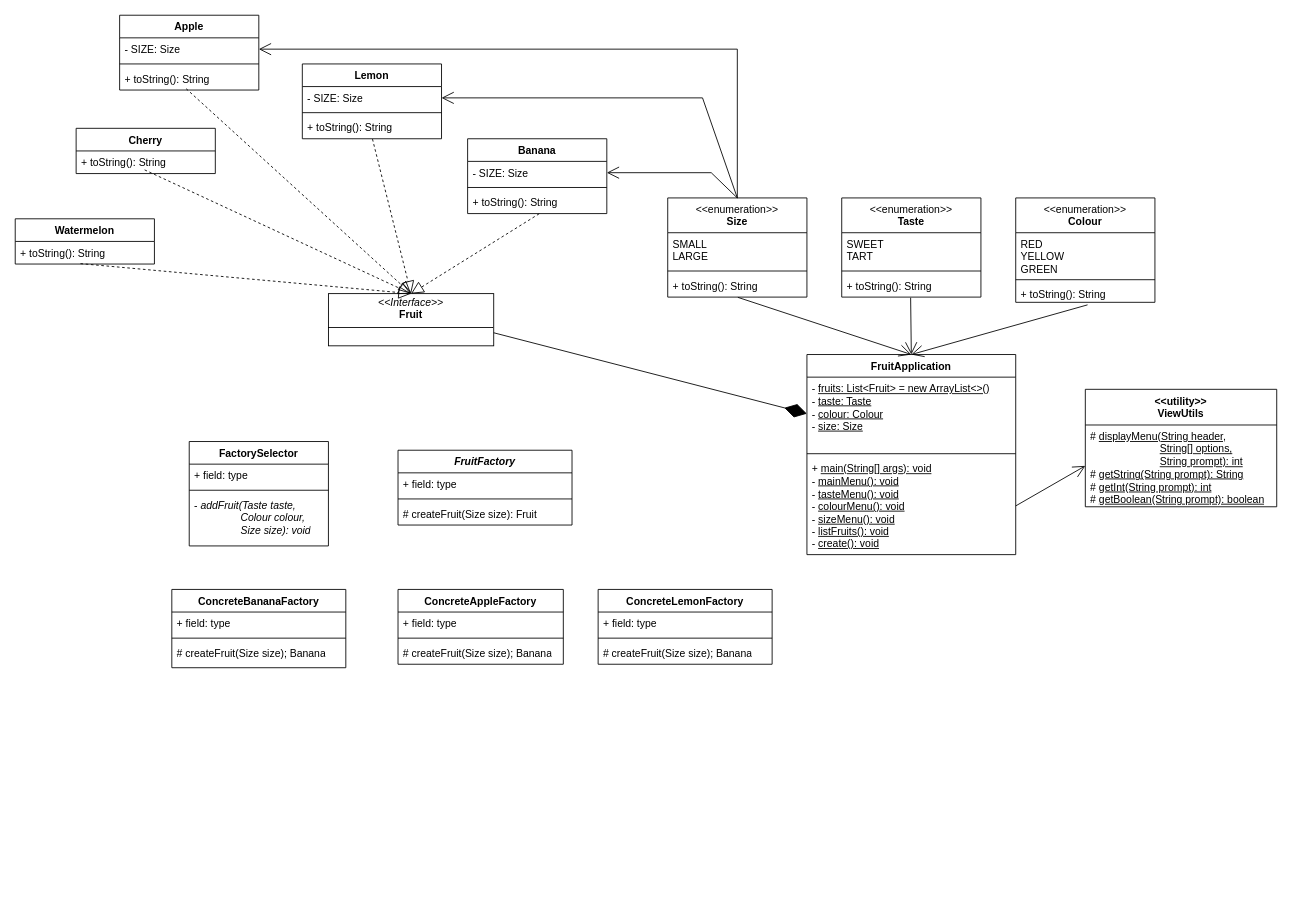
This is soft2201w4v2.drawio from NguyenChHieu/graphs, a draw.io file, before an edit. Source tidied: cells renumbered, new cells numbered last; positions are measured from the earlier drawing's top-left corner, leaving out a move shared by most shapes. Both pictures are drawn from the tidied source at 87%, with x=0, y=0 at pixel (15, 15).
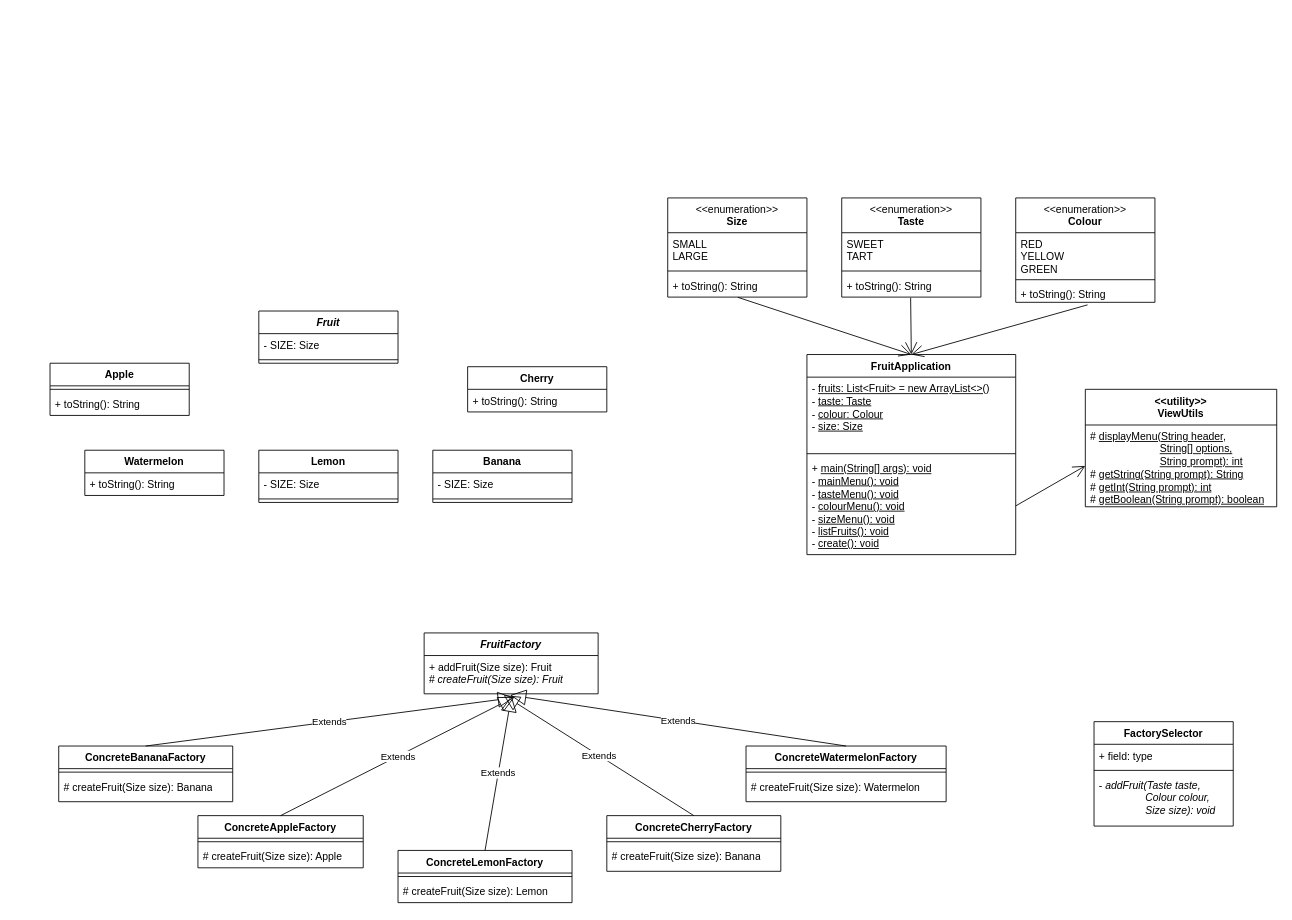
After the change.

Unchanged cells that the change refers to:
```xml
<mxCell id="8" value="- SIZE: Size" style="text;strokeColor=none;fillColor=none;align=left;verticalAlign=top;spacingLeft=4;spacingRight=4;overflow=hidden;points=[[0,0.5],[1,0.5]];portConstraint=eastwest;whiteSpace=wrap;html=1;" parent="7" vertex="1">
  <mxGeometry y="26" width="160" height="26" as="geometry" />
</mxCell>
<mxCell id="12" value="+ toString(): String" style="text;strokeColor=none;fillColor=none;align=left;verticalAlign=top;spacingLeft=4;spacingRight=4;overflow=hidden;points=[[0,0.5],[1,0.5]];portConstraint=eastwest;whiteSpace=wrap;html=1;" parent="11" vertex="1">
  <mxGeometry y="26" width="160" height="26" as="geometry" />
</mxCell>
<mxCell id="14" value="- SIZE: Size" style="text;strokeColor=none;fillColor=none;align=left;verticalAlign=top;spacingLeft=4;spacingRight=4;overflow=hidden;points=[[0,0.5],[1,0.5]];portConstraint=eastwest;whiteSpace=wrap;html=1;" parent="13" vertex="1">
  <mxGeometry y="26" width="160" height="26" as="geometry" />
</mxCell>
<mxCell id="22" value="+ toString(): String" style="text;strokeColor=none;fillColor=none;align=left;verticalAlign=top;spacingLeft=4;spacingRight=4;overflow=hidden;points=[[0,0.5],[1,0.5]];portConstraint=eastwest;whiteSpace=wrap;html=1;" parent="21" vertex="1">
  <mxGeometry y="26" width="160" height="26" as="geometry" />
</mxCell>
<mxCell id="25" value="- &lt;u&gt;fruits: List&amp;lt;Fruit&amp;gt; = new ArrayList&amp;lt;&amp;gt;()&lt;/u&gt;&lt;div&gt;- &lt;u&gt;taste: Taste&lt;/u&gt;&lt;/div&gt;&lt;div&gt;- &lt;u&gt;colour: Colour&lt;/u&gt;&lt;/div&gt;&lt;div&gt;- &lt;u&gt;size: Size&lt;/u&gt;&lt;/div&gt;" style="text;strokeColor=none;fillColor=none;align=left;verticalAlign=top;spacingLeft=4;spacingRight=4;overflow=hidden;points=[[0,0.5],[1,0.5]];portConstraint=eastwest;whiteSpace=wrap;html=1;" parent="24" vertex="1">
  <mxGeometry y="26" width="240" height="84" as="geometry" />
</mxCell>
<mxCell id="36" value="&lt;div&gt;&lt;span style=&quot;font-weight: normal;&quot;&gt;&amp;lt;&amp;lt;enumeration&amp;gt;&amp;gt;&lt;/span&gt;&lt;/div&gt;&lt;div&gt;Size&lt;/div&gt;" style="swimlane;fontStyle=1;align=center;verticalAlign=top;horizontal=1;startSize=40;whiteSpace=wrap;html=1;" parent="1" vertex="1">
  <mxGeometry x="750" y="210" width="160" height="114" as="geometry" />
</mxCell>
```

Change to the diagram source:
```diff
@@
-    <mxCell id="2" value="&lt;p style=&quot;margin:0px;margin-top:4px;text-align:center;&quot;&gt;&lt;i&gt;&amp;lt;&amp;lt;Interface&amp;gt;&amp;gt;&lt;/i&gt;&lt;br&gt;&lt;b&gt;Fruit&lt;/b&gt;&lt;/p&gt;&lt;hr size=&quot;1&quot; style=&quot;border-style:solid;&quot;&gt;&lt;p style=&quot;margin:0px;margin-left:4px;&quot;&gt;&lt;/p&gt;&lt;p style=&quot;margin:0px;margin-left:4px;&quot;&gt;&lt;br&gt;&lt;/p&gt;" style="verticalAlign=top;align=left;overflow=fill;html=1;whiteSpace=wrap;" parent="1" vertex="1">
-      <mxGeometry x="360" y="320" width="190" height="60" as="geometry" />
-    </mxCell>
     <mxCell id="3" value="Apple" style="swimlane;fontStyle=1;align=center;verticalAlign=top;horizontal=1;startSize=26;whiteSpace=wrap;html=1;" parent="1" vertex="1">
-      <mxGeometry x="120" width="160" height="86" as="geometry" />
+      <mxGeometry x="40" y="400" width="160" height="60" as="geometry" />
     </mxCell>
-    <mxCell id="4" value="- SIZE: Size" style="text;strokeColor=none;fillColor=none;align=left;verticalAlign=top;spacingLeft=4;spacingRight=4;overflow=hidden;points=[[0,0.5],[1,0.5]];portConstraint=eastwest;whiteSpace=wrap;html=1;" parent="3" vertex="1">
-      <mxGeometry y="26" width="160" height="26" as="geometry" />
-    </mxCell>
     <mxCell id="5" style="line;strokeWidth=1;fillColor=none;align=left;verticalAlign=middle;spacingTop=-1;spacingLeft=3;spacingRight=3;labelPosition=right;strokeColor=inherit;" parent="3" vertex="1">
-      <mxGeometry y="52" width="160" height="8" as="geometry" />
+      <mxGeometry y="26" width="160" height="8" as="geometry" />
     </mxCell>
     <mxCell id="6" value="+ toString(): String" style="text;strokeColor=none;fillColor=none;align=left;verticalAlign=top;spacingLeft=4;spacingRight=4;overflow=hidden;points=[[0,0.5],[1,0.5]];portConstraint=eastwest;whiteSpace=wrap;html=1;" parent="3" vertex="1">
-      <mxGeometry y="60" width="160" height="26" as="geometry" />
+      <mxGeometry y="34" width="160" height="26" as="geometry" />
     </mxCell>
     <mxCell id="7" value="Banana" style="swimlane;fontStyle=1;align=center;verticalAlign=top;horizontal=1;startSize=26;whiteSpace=wrap;html=1;" parent="1" vertex="1">
-      <mxGeometry x="520" y="142" width="160" height="86" as="geometry" />
+      <mxGeometry x="480" y="500" width="160" height="60" as="geometry" />
     </mxCell>
@@
-    <mxCell id="10" value="+ toString(): String" style="text;strokeColor=none;fillColor=none;align=left;verticalAlign=top;spacingLeft=4;spacingRight=4;overflow=hidden;points=[[0,0.5],[1,0.5]];portConstraint=eastwest;whiteSpace=wrap;html=1;" parent="7" vertex="1">
-      <mxGeometry y="60" width="160" height="26" as="geometry" />
-    </mxCell>
     <mxCell id="11" value="Cherry" style="swimlane;fontStyle=1;align=center;verticalAlign=top;horizontal=1;startSize=26;whiteSpace=wrap;html=1;" parent="1" vertex="1">
-      <mxGeometry x="70" y="130" width="160" height="52" as="geometry" />
+      <mxGeometry x="520" y="404" width="160" height="52" as="geometry" />
     </mxCell>
@@
     <mxCell id="13" value="Lemon" style="swimlane;fontStyle=1;align=center;verticalAlign=top;horizontal=1;startSize=26;whiteSpace=wrap;html=1;" parent="1" vertex="1">
-      <mxGeometry x="330" y="56" width="160" height="86" as="geometry" />
+      <mxGeometry x="280" y="500" width="160" height="60" as="geometry" />
     </mxCell>
@@
-    <mxCell id="16" value="+ toString(): String" style="text;strokeColor=none;fillColor=none;align=left;verticalAlign=top;spacingLeft=4;spacingRight=4;overflow=hidden;points=[[0,0.5],[1,0.5]];portConstraint=eastwest;whiteSpace=wrap;html=1;" parent="13" vertex="1">
-      <mxGeometry y="60" width="160" height="26" as="geometry" />
-    </mxCell>
-    <mxCell id="17" style="endArrow=block;dashed=1;endFill=0;endSize=12;html=1;rounded=0;exitX=0.478;exitY=0.94;exitDx=0;exitDy=0;entryX=0.5;entryY=0;entryDx=0;entryDy=0;exitPerimeter=0;" parent="1" edge="1" source="6" target="2">
-      <mxGeometry relative="1" as="geometry" />
-    </mxCell>
-    <mxCell id="18" style="endArrow=block;dashed=1;endFill=0;endSize=12;html=1;rounded=0;exitX=0.514;exitY=1.008;exitDx=0;exitDy=0;entryX=0.5;entryY=0;entryDx=0;entryDy=0;exitPerimeter=0;" parent="1" edge="1" source="10" target="2">
-      <mxGeometry relative="1" as="geometry" />
-    </mxCell>
-    <mxCell id="19" style="endArrow=block;dashed=1;endFill=0;endSize=12;html=1;rounded=0;exitX=0.492;exitY=0.837;exitDx=0;exitDy=0;entryX=0.5;entryY=0;entryDx=0;entryDy=0;exitPerimeter=0;" parent="1" edge="1" source="12" target="2">
-      <mxGeometry relative="1" as="geometry" />
-    </mxCell>
-    <mxCell id="20" style="endArrow=block;dashed=1;endFill=0;endSize=12;html=1;rounded=0;exitX=0.504;exitY=1.013;exitDx=0;exitDy=0;entryX=0.5;entryY=0;entryDx=0;entryDy=0;exitPerimeter=0;" parent="1" edge="1" source="16" target="2">
-      <mxGeometry relative="1" as="geometry" />
-    </mxCell>
     <mxCell id="21" value="Watermelon" style="swimlane;fontStyle=1;align=center;verticalAlign=top;horizontal=1;startSize=26;whiteSpace=wrap;html=1;" parent="1" vertex="1">
-      <mxGeometry y="234" width="160" height="52" as="geometry" />
+      <mxGeometry x="80" y="500" width="160" height="52" as="geometry" />
     </mxCell>
@@
-    <mxCell id="23" style="endArrow=block;dashed=1;endFill=0;endSize=12;html=1;rounded=0;exitX=0.469;exitY=0.981;exitDx=0;exitDy=0;entryX=0.5;entryY=0;entryDx=0;entryDy=0;exitPerimeter=0;" parent="1" edge="1" source="22" target="2">
-      <mxGeometry relative="1" as="geometry" />
-    </mxCell>
@@
-    <mxCell id="31" style="endArrow=diamondThin;endFill=1;endSize=24;html=1;rounded=0;entryX=0;entryY=0.5;entryDx=0;entryDy=0;exitX=1;exitY=0.75;exitDx=0;exitDy=0;" parent="1" edge="1" source="2" target="25">
-      <mxGeometry relative="1" as="geometry" />
-    </mxCell>
@@
-    <mxCell id="47" style="endArrow=open;endFill=1;endSize=12;html=1;rounded=0;entryX=1;entryY=0.5;entryDx=0;entryDy=0;exitX=0.5;exitY=0;exitDx=0;exitDy=0;" parent="1" edge="1" source="36" target="8">
-      <mxGeometry relative="1" as="geometry">
-        <Array as="points">
-          <mxPoint x="800" y="181" />
-        </Array>
-      </mxGeometry>
-    </mxCell>
-    <mxCell id="48" style="endArrow=open;endFill=1;endSize=12;html=1;rounded=0;entryX=1;entryY=0.5;entryDx=0;entryDy=0;exitX=0.5;exitY=0;exitDx=0;exitDy=0;" parent="1" edge="1" source="36" target="14">
-      <mxGeometry relative="1" as="geometry">
-        <Array as="points">
-          <mxPoint x="790" y="95" />
-        </Array>
-      </mxGeometry>
-    </mxCell>
-    <mxCell id="49" style="endArrow=open;endFill=1;endSize=12;html=1;rounded=0;exitX=0.5;exitY=0;exitDx=0;exitDy=0;entryX=1;entryY=0.5;entryDx=0;entryDy=0;" parent="1" edge="1" source="36" target="4">
-      <mxGeometry relative="1" as="geometry">
-        <Array as="points">
-          <mxPoint x="830" y="39" />
-        </Array>
-      </mxGeometry>
-    </mxCell>
     <mxCell id="50" value="ConcreteBananaFactory" style="swimlane;fontStyle=1;align=center;verticalAlign=top;horizontal=1;startSize=26;whiteSpace=wrap;html=1;" parent="1" vertex="1">
-      <mxGeometry x="180" y="660" width="200" height="90" as="geometry" />
+      <mxGeometry x="50" y="840" width="200" height="64" as="geometry" />
     </mxCell>
-    <mxCell id="51" value="+ field: type" style="text;strokeColor=none;fillColor=none;align=left;verticalAlign=top;spacingLeft=4;spacingRight=4;overflow=hidden;whiteSpace=wrap;html=1;" parent="50" vertex="1">
-      <mxGeometry y="26" width="200" height="26" as="geometry" />
-    </mxCell>
     <mxCell id="52" style="line;strokeWidth=1;fillColor=none;align=left;verticalAlign=middle;spacingTop=-1;spacingLeft=3;spacingRight=3;labelPosition=right;strokeColor=inherit;" parent="50" vertex="1">
-      <mxGeometry y="52" width="200" height="8" as="geometry" />
+      <mxGeometry y="26" width="200" height="8" as="geometry" />
     </mxCell>
-    <mxCell id="53" value="# createFruit(Size size); Banana" style="text;strokeColor=none;fillColor=none;align=left;verticalAlign=top;spacingLeft=4;spacingRight=4;overflow=hidden;whiteSpace=wrap;html=1;" parent="50" vertex="1">
-      <mxGeometry y="60" width="200" height="30" as="geometry" />
+    <mxCell id="53" value="# createFruit(Size size): Banana" style="text;strokeColor=none;fillColor=none;align=left;verticalAlign=top;spacingLeft=4;spacingRight=4;overflow=hidden;whiteSpace=wrap;html=1;" parent="50" vertex="1">
+      <mxGeometry y="34" width="200" height="30" as="geometry" />
     </mxCell>
     <mxCell id="54" value="ConcreteAppleFactory" style="swimlane;fontStyle=1;align=center;verticalAlign=top;horizontal=1;startSize=26;whiteSpace=wrap;html=1;" parent="1" vertex="1">
-      <mxGeometry x="440" y="660" width="190" height="86" as="geometry" />
+      <mxGeometry x="210" y="920" width="190" height="60" as="geometry" />
     </mxCell>
-    <mxCell id="55" value="+ field: type" style="text;strokeColor=none;fillColor=none;align=left;verticalAlign=top;spacingLeft=4;spacingRight=4;overflow=hidden;whiteSpace=wrap;html=1;" parent="54" vertex="1">
-      <mxGeometry y="26" width="190" height="26" as="geometry" />
-    </mxCell>
     <mxCell id="56" style="line;strokeWidth=1;fillColor=none;align=left;verticalAlign=middle;spacingTop=-1;spacingLeft=3;spacingRight=3;labelPosition=right;strokeColor=inherit;" parent="54" vertex="1">
-      <mxGeometry y="52" width="190" height="8" as="geometry" />
+      <mxGeometry y="26" width="190" height="8" as="geometry" />
     </mxCell>
-    <mxCell id="57" value="# createFruit(Size size); Banana" style="text;strokeColor=none;fillColor=none;align=left;verticalAlign=top;spacingLeft=4;spacingRight=4;overflow=hidden;whiteSpace=wrap;html=1;" parent="54" vertex="1">
-      <mxGeometry y="60" width="190" height="26" as="geometry" />
+    <mxCell id="57" value="# createFruit(Size size): Apple" style="text;strokeColor=none;fillColor=none;align=left;verticalAlign=top;spacingLeft=4;spacingRight=4;overflow=hidden;whiteSpace=wrap;html=1;" parent="54" vertex="1">
+      <mxGeometry y="34" width="190" height="26" as="geometry" />
     </mxCell>
     <mxCell id="58" value="ConcreteLemonFactory" style="swimlane;fontStyle=1;align=center;verticalAlign=top;horizontal=1;startSize=26;whiteSpace=wrap;html=1;" parent="1" vertex="1">
-      <mxGeometry x="670" y="660" width="200" height="86" as="geometry" />
+      <mxGeometry x="440" y="960" width="200" height="60" as="geometry" />
     </mxCell>
-    <mxCell id="59" value="+ field: type" style="text;strokeColor=none;fillColor=none;align=left;verticalAlign=top;spacingLeft=4;spacingRight=4;overflow=hidden;whiteSpace=wrap;html=1;" parent="58" vertex="1">
-      <mxGeometry y="26" width="200" height="26" as="geometry" />
-    </mxCell>
     <mxCell id="60" style="line;strokeWidth=1;fillColor=none;align=left;verticalAlign=middle;spacingTop=-1;spacingLeft=3;spacingRight=3;labelPosition=right;strokeColor=inherit;" parent="58" vertex="1">
-      <mxGeometry y="52" width="200" height="8" as="geometry" />
+      <mxGeometry y="26" width="200" height="8" as="geometry" />
     </mxCell>
-    <mxCell id="61" value="# createFruit(Size size); Banana" style="text;strokeColor=none;fillColor=none;align=left;verticalAlign=top;spacingLeft=4;spacingRight=4;overflow=hidden;whiteSpace=wrap;html=1;" parent="58" vertex="1">
-      <mxGeometry y="60" width="200" height="26" as="geometry" />
+    <mxCell id="61" value="# createFruit(Size size): Lemon" style="text;strokeColor=none;fillColor=none;align=left;verticalAlign=top;spacingLeft=4;spacingRight=4;overflow=hidden;whiteSpace=wrap;html=1;" parent="58" vertex="1">
+      <mxGeometry y="34" width="200" height="26" as="geometry" />
     </mxCell>
     <mxCell id="62" value="&lt;b&gt;FactorySelector&lt;/b&gt;" style="swimlane;fontStyle=1;align=center;verticalAlign=top;horizontal=1;startSize=26;whiteSpace=wrap;html=1;" parent="1" vertex="1">
-      <mxGeometry x="200" y="490" width="160" height="120" as="geometry" />
+      <mxGeometry x="1240" y="812" width="160" height="120" as="geometry" />
     </mxCell>
@@
     <mxCell id="66" value="&lt;i&gt;FruitFactory&lt;/i&gt;" style="swimlane;fontStyle=1;align=center;verticalAlign=top;horizontal=1;startSize=26;whiteSpace=wrap;html=1;" parent="1" vertex="1">
-      <mxGeometry x="440" y="500" width="200" height="86" as="geometry" />
+      <mxGeometry x="470" y="710" width="200" height="70" as="geometry" />
     </mxCell>
-    <mxCell id="67" value="+ field: type" style="text;strokeColor=none;fillColor=none;align=left;verticalAlign=top;spacingLeft=4;spacingRight=4;overflow=hidden;whiteSpace=wrap;html=1;" parent="66" vertex="1">
-      <mxGeometry y="26" width="200" height="26" as="geometry" />
-    </mxCell>
-    <mxCell id="68" style="line;strokeWidth=1;fillColor=none;align=left;verticalAlign=middle;spacingTop=-1;spacingLeft=3;spacingRight=3;labelPosition=right;strokeColor=inherit;" parent="66" vertex="1">
-      <mxGeometry y="52" width="200" height="8" as="geometry" />
-    </mxCell>
-    <mxCell id="69" value="# createFruit(Size size): Fruit" style="text;strokeColor=none;fillColor=none;align=left;verticalAlign=top;spacingLeft=4;spacingRight=4;overflow=hidden;points=[[0,0.5],[1,0.5]];portConstraint=eastwest;whiteSpace=wrap;html=1;" parent="66" vertex="1">
-      <mxGeometry y="60" width="200" height="26" as="geometry" />
+    <mxCell id="69" value="&lt;div&gt;+ add&lt;span style=&quot;background-color: initial;&quot;&gt;Fruit(Size size): Fruit&lt;/span&gt;&lt;/div&gt;# &lt;i&gt;createFruit(Size size): Fruit&lt;/i&gt;" style="text;strokeColor=none;fillColor=none;align=left;verticalAlign=top;spacingLeft=4;spacingRight=4;overflow=hidden;points=[[0,0.5],[1,0.5]];portConstraint=eastwest;whiteSpace=wrap;html=1;" parent="66" vertex="1">
+      <mxGeometry y="26" width="200" height="44" as="geometry" />
     </mxCell>
+    <mxCell id="70" value="&lt;i&gt;Fruit&lt;/i&gt;" style="swimlane;fontStyle=1;align=center;verticalAlign=top;horizontal=1;startSize=26;whiteSpace=wrap;html=1;" parent="1" vertex="1">
+      <mxGeometry x="280" y="340" width="160" height="60" as="geometry" />
+    </mxCell>
+    <mxCell id="4" value="- SIZE: Size" style="text;strokeColor=none;fillColor=none;align=left;verticalAlign=top;spacingLeft=4;spacingRight=4;overflow=hidden;points=[[0,0.5],[1,0.5]];portConstraint=eastwest;whiteSpace=wrap;html=1;" parent="70" vertex="1">
+      <mxGeometry y="26" width="160" height="26" as="geometry" />
+    </mxCell>
+    <mxCell id="71" style="line;strokeWidth=1;fillColor=none;align=left;verticalAlign=middle;spacingTop=-1;spacingLeft=3;spacingRight=3;labelPosition=right;strokeColor=inherit;" parent="70" vertex="1">
+      <mxGeometry y="52" width="160" height="8" as="geometry" />
+    </mxCell>
+    <mxCell id="72" value="ConcreteCherryFactory" style="swimlane;fontStyle=1;align=center;verticalAlign=top;horizontal=1;startSize=26;whiteSpace=wrap;html=1;" parent="1" vertex="1">
+      <mxGeometry x="680" y="920" width="200" height="64" as="geometry" />
+    </mxCell>
+    <mxCell id="73" style="line;strokeWidth=1;fillColor=none;align=left;verticalAlign=middle;spacingTop=-1;spacingLeft=3;spacingRight=3;labelPosition=right;strokeColor=inherit;" parent="72" vertex="1">
+      <mxGeometry y="26" width="200" height="8" as="geometry" />
+    </mxCell>
+    <mxCell id="74" value="# createFruit(Size size): Banana" style="text;strokeColor=none;fillColor=none;align=left;verticalAlign=top;spacingLeft=4;spacingRight=4;overflow=hidden;whiteSpace=wrap;html=1;" parent="72" vertex="1">
+      <mxGeometry y="34" width="200" height="30" as="geometry" />
+    </mxCell>
+    <mxCell id="75" value="ConcreteWatermelonFactory" style="swimlane;fontStyle=1;align=center;verticalAlign=top;horizontal=1;startSize=26;whiteSpace=wrap;html=1;" parent="1" vertex="1">
+      <mxGeometry x="840" y="840" width="230" height="64" as="geometry" />
+    </mxCell>
+    <mxCell id="76" style="line;strokeWidth=1;fillColor=none;align=left;verticalAlign=middle;spacingTop=-1;spacingLeft=3;spacingRight=3;labelPosition=right;strokeColor=inherit;" parent="75" vertex="1">
+      <mxGeometry y="26" width="230" height="8" as="geometry" />
+    </mxCell>
+    <mxCell id="77" value="# createFruit(Size size): Watermelon" style="text;strokeColor=none;fillColor=none;align=left;verticalAlign=top;spacingLeft=4;spacingRight=4;overflow=hidden;whiteSpace=wrap;html=1;" parent="75" vertex="1">
+      <mxGeometry y="34" width="230" height="30" as="geometry" />
+    </mxCell>
+    <mxCell id="78" value="Extends" style="endArrow=block;endSize=16;endFill=0;html=1;rounded=0;exitX=0.5;exitY=0;exitDx=0;exitDy=0;entryX=0.52;entryY=1.083;entryDx=0;entryDy=0;entryPerimeter=0;" parent="1" edge="1" source="54" target="69">
+      <mxGeometry relative="1" as="geometry" />
+    </mxCell>
+    <mxCell id="79" value="Extends" style="endArrow=block;endSize=16;endFill=0;html=1;rounded=0;exitX=0.5;exitY=0;exitDx=0;exitDy=0;entryX=0.516;entryY=1.1;entryDx=0;entryDy=0;entryPerimeter=0;" parent="1" edge="1" source="50" target="69">
+      <mxGeometry relative="1" as="geometry" />
+    </mxCell>
+    <mxCell id="80" value="Extends" style="endArrow=block;endSize=16;endFill=0;html=1;rounded=0;exitX=0.5;exitY=0;exitDx=0;exitDy=0;entryX=0.502;entryY=1.05;entryDx=0;entryDy=0;entryPerimeter=0;" parent="1" edge="1" source="58" target="69">
+      <mxGeometry relative="1" as="geometry" />
+    </mxCell>
+    <mxCell id="81" value="Extends" style="endArrow=block;endSize=16;endFill=0;html=1;rounded=0;exitX=0.5;exitY=0;exitDx=0;exitDy=0;entryX=0.457;entryY=1.033;entryDx=0;entryDy=0;entryPerimeter=0;" parent="1" edge="1" source="72" target="69">
+      <mxGeometry relative="1" as="geometry" />
+    </mxCell>
+    <mxCell id="82" value="Extends" style="endArrow=block;endSize=16;endFill=0;html=1;rounded=0;exitX=0.5;exitY=0;exitDx=0;exitDy=0;entryX=0.494;entryY=1.033;entryDx=0;entryDy=0;entryPerimeter=0;" parent="1" edge="1" source="75" target="69">
+      <mxGeometry relative="1" as="geometry" />
+    </mxCell>
```
